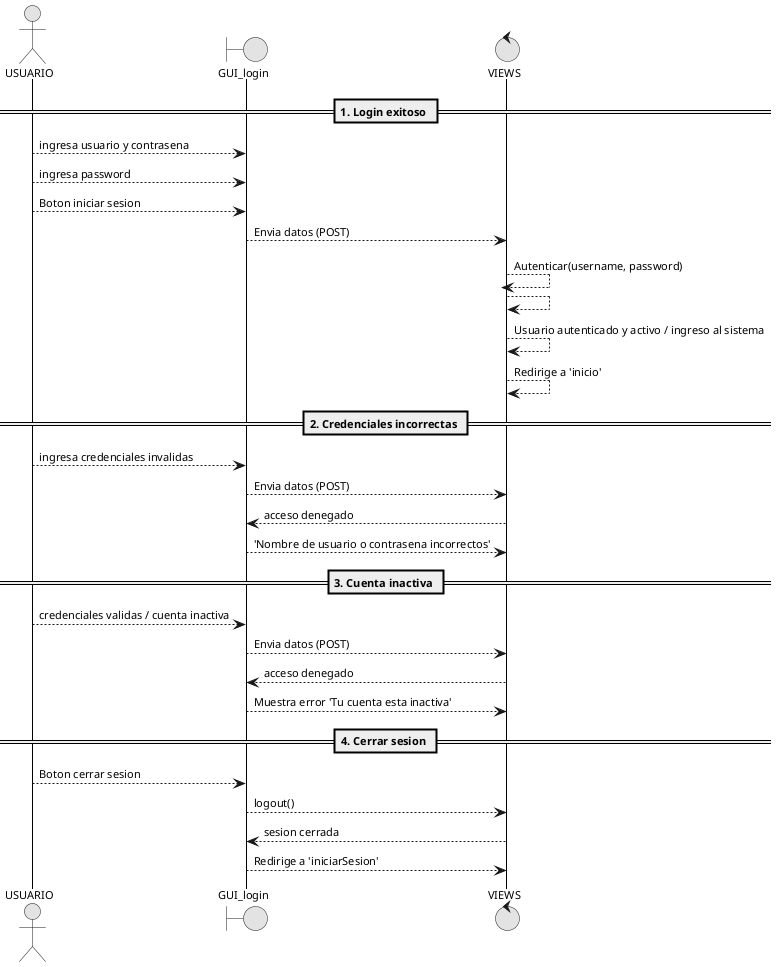
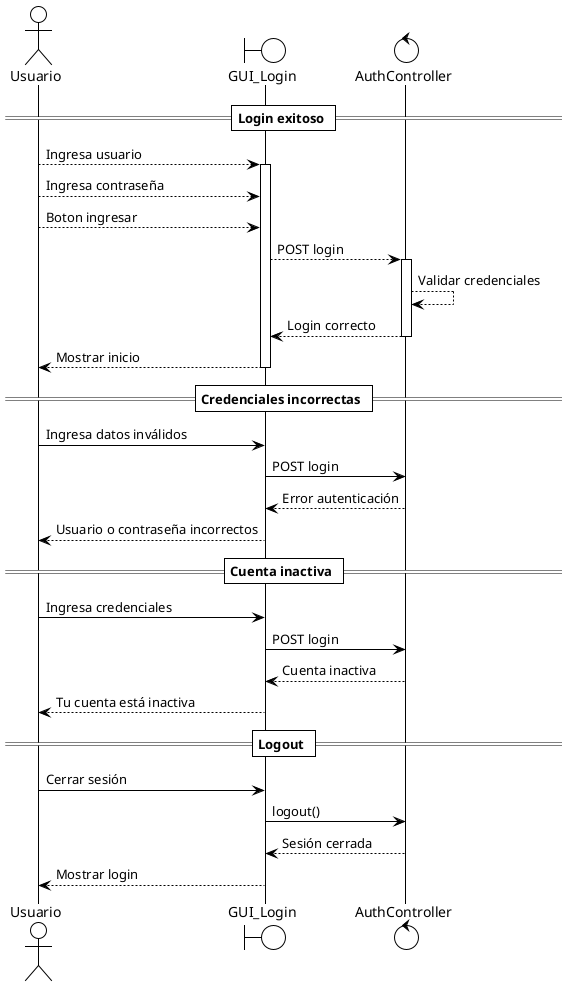
- @startuml 01_login_logout
+ @startuml
+ !theme plain

<style>
sequenceDiagram {
  LifeLine {
    LineStyle solid
    LineThickness 1
    LineColor black
  }
}
</style>

- skinparam monochrome true
- skinparam shadowing false
- skinparam backgroundColor white
- skinparam sequenceArrowThickness 1
- skinparam defaultFontName Arial
- skinparam defaultFontSize 11
+ actor Usuario
+ boundary GUI_Login as Login
+ control AuthController as Auth

- autoactivate on
+ == Login exitoso ==

- actor USUARIO
+ Usuario --> Login : Ingresa usuario
+ activate Login
+ Usuario --> Login : Ingresa contraseña
+ Usuario --> Login : Boton ingresar
+ Login --> Auth : POST login
+ activate Auth
+ Auth --> Auth : Validar credenciales

- boundary "GUI_login" as LOGIN
- control "VIEWS" as AUTH
+ Auth --> Login : Login correcto
+ deactivate Auth
+ Login --> Usuario : Mostrar inicio
+ deactivate Login
+ == Credenciales incorrectas ==

- == 1. Login exitoso ==
+ Usuario -> Login : Ingresa datos inválidos
+ Login -> Auth : POST login

- USUARIO --> LOGIN : ingresa usuario y contrasena
- USUARIO --> LOGIN : ingresa password
- USUARIO --> LOGIN : Boton iniciar sesion
- LOGIN --> AUTH : Envia datos (POST)
- AUTH --> AUTH : Autenticar(username, password)
- return
- return Usuario autenticado y activo / ingreso al sistema
- return Redirige a 'inicio'
+ Auth --> Login : Error autenticación
+ Login --> Usuario : Usuario o contraseña incorrectos

- == 2. Credenciales incorrectas ==
+ == Cuenta inactiva ==

- USUARIO --> LOGIN : ingresa credenciales invalidas
- LOGIN --> AUTH : Envia datos (POST)
- return acceso denegado
- return 'Nombre de usuario o contrasena incorrectos'
+ Usuario -> Login : Ingresa credenciales
+ Login -> Auth : POST login

- == 3. Cuenta inactiva ==
+ Auth --> Login : Cuenta inactiva
+ Login --> Usuario : Tu cuenta está inactiva

- USUARIO --> LOGIN : credenciales validas / cuenta inactiva
- LOGIN --> AUTH : Envia datos (POST)
- return acceso denegado
- return Muestra error 'Tu cuenta esta inactiva'
+ == Logout ==

- == 4. Cerrar sesion ==
+ Usuario -> Login : Cerrar sesión
+ Login -> Auth : logout()

- USUARIO --> LOGIN : Boton cerrar sesion
- LOGIN --> AUTH : logout()
- return sesion cerrada
- return Redirige a 'iniciarSesion'
+ Auth --> Login : Sesión cerrada
+ Login --> Usuario : Mostrar login

@enduml
